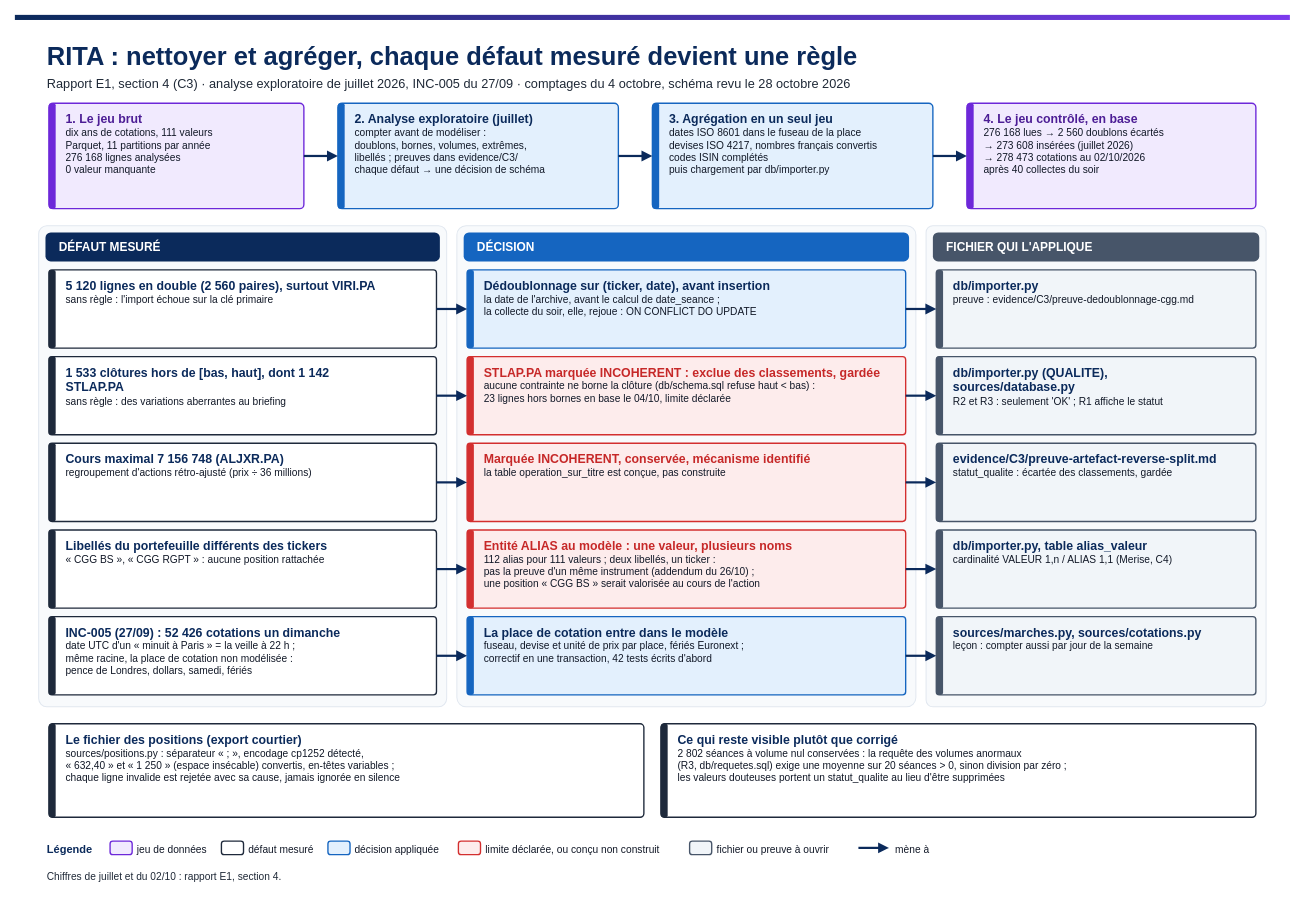
The draw.io diagram docs/rapports/E1/schemas/E1-nettoyage.drawio in Ganda15/rita-agent, before the edit. Source tidied: cells renumbered, new cells numbered last; positions are measured from the earlier drawing's top-left corner, leaving out a move shared by most shapes. Both pictures are drawn from the tidied source at 85%, with x=0, y=0 at pixel (14, 14).
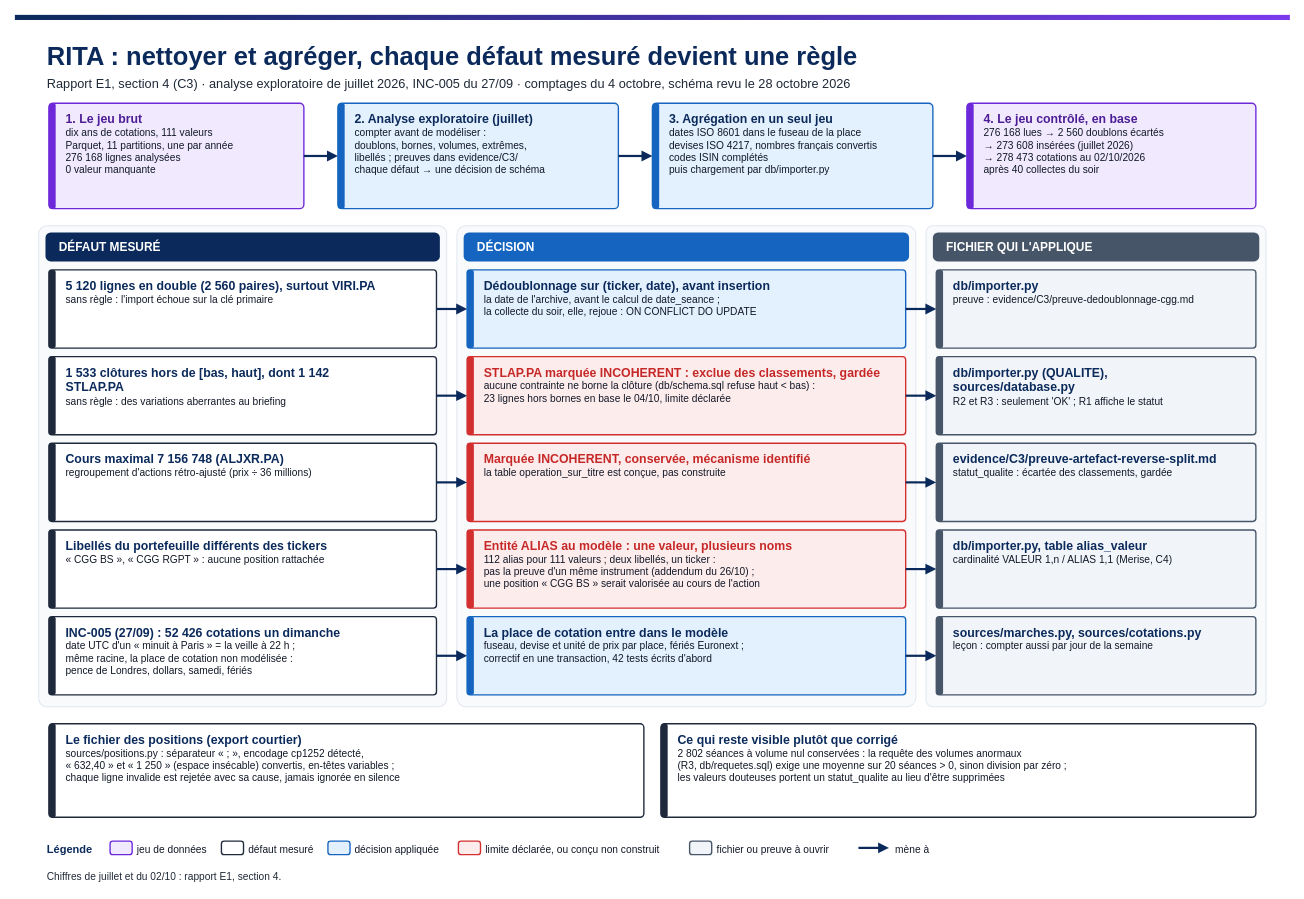
Above is the later version.

Change to the diagram source:
```diff
@@
-    <mxCell id="11" value="&lt;b&gt;&lt;font style=&quot;font-size:14.5px;color:#4C1D95&quot;&gt;1. Le jeu brut&lt;/font&gt;&lt;/b&gt;&lt;br&gt;&lt;font style=&quot;font-size:12px;color:#111827&quot;&gt;dix ans de cotations, 111 valeurs&lt;/font&gt;&lt;br&gt;&lt;font style=&quot;font-size:12px;color:#111827&quot;&gt;Parquet, 11 partitions par année&lt;/font&gt;&lt;br&gt;&lt;font style=&quot;font-size:12px;color:#111827&quot;&gt;276 168 lignes analysées&lt;/font&gt;&lt;br&gt;&lt;font style=&quot;font-size:12px;color:#111827&quot;&gt;0 valeur manquante&lt;/font&gt;" style="rounded=1;arcSize=4;whiteSpace=wrap;html=1;fillColor=#F1EAFE;strokeColor=#6D28D9;strokeWidth=1.6;align=left;verticalAlign=top;spacingLeft=18;spacingTop=4;fontSize=12;fontColor=#111827;" parent="1" vertex="1">
+    <mxCell id="11" value="&lt;b&gt;&lt;font style=&quot;font-size:14.5px;color:#4C1D95&quot;&gt;1. Le jeu brut&lt;/font&gt;&lt;/b&gt;&lt;br&gt;&lt;font style=&quot;font-size:12px;color:#111827&quot;&gt;dix ans de cotations, 111 valeurs&lt;/font&gt;&lt;br&gt;&lt;font style=&quot;font-size:12px;color:#111827&quot;&gt;Parquet, 11 partitions, une par année&lt;/font&gt;&lt;br&gt;&lt;font style=&quot;font-size:12px;color:#111827&quot;&gt;276 168 lignes analysées&lt;/font&gt;&lt;br&gt;&lt;font style=&quot;font-size:12px;color:#111827&quot;&gt;0 valeur manquante&lt;/font&gt;" style="rounded=1;arcSize=4;whiteSpace=wrap;html=1;fillColor=#F1EAFE;strokeColor=#6D28D9;strokeWidth=1.6;align=left;verticalAlign=top;spacingLeft=18;spacingTop=4;fontSize=12;fontColor=#111827;" parent="1" vertex="1">
       <mxGeometry x="40" y="104" width="300" height="124" as="geometry" />
     </mxCell>
```
